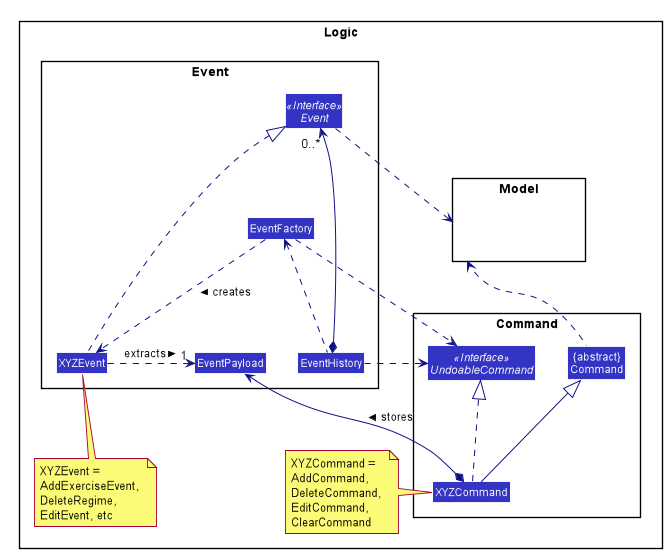
Earlier version of the PlantUML export docs/images/EventClassDiagram.png (nus-cs2103-AY1920S1/addressbook-level3).
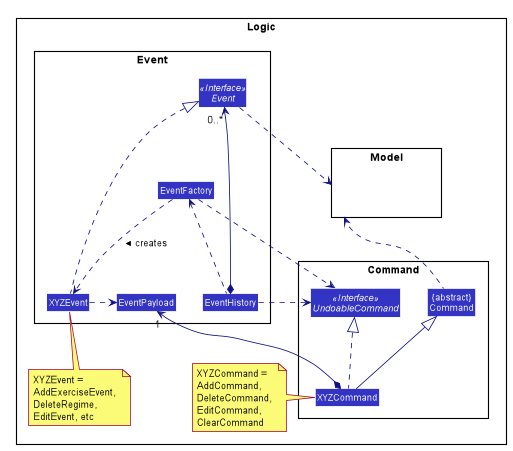
Later version of the same file.

Change to the diagram source:
```diff
@@ -76,13 +76,13 @@
 
     XYZCommand -up-|> Command
     XYZCommand .up.|> UndoableCommand
-    XYZCommand *--> EventPayload : stores >
+    XYZCommand *--> "1" EventPayload
     Command .up.> Model
     note left of XYZCommand: XYZCommand = \nAddCommand, \nDeleteCommand, \nEditCommand, \nClearCommand
 
 
     XYZEvent .up.|> Event
-    XYZEvent .right.> "1" EventPayload : extracts >
+    XYZEvent .right.> EventPayload
     Event ..> Model
     EventFactory ..> XYZEvent : creates >
     EventFactory .up.> Event #FFFFFF
```
